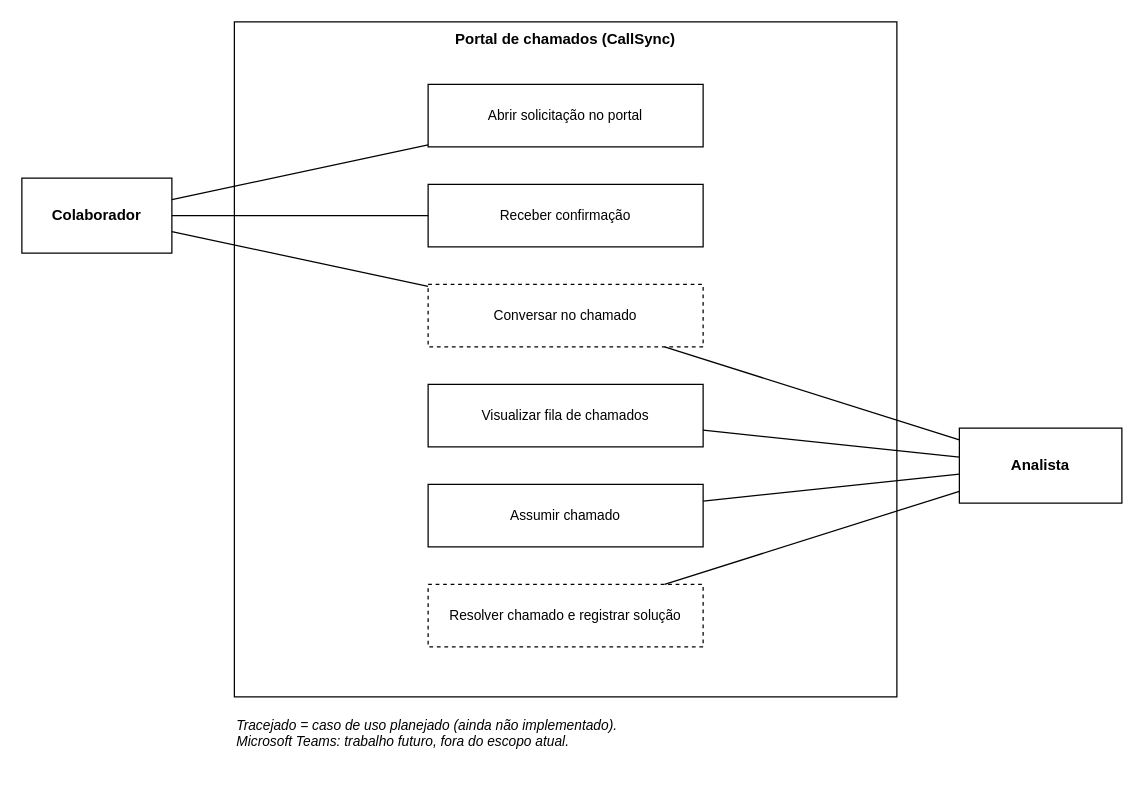
Before: page "Página-1" (1 of 2) of docs/E05/AS5 - DIAGRAMA DE CASOS DE USO.drawio in Canadensuh/HelpIA, a draw.io diagram. Source tidied: cells renumbered, new cells numbered last; positions are measured from the earlier drawing's top-left corner, leaving out a move shared by most shapes. Both pictures are drawn from the tidied source at 125%, with x=0, y=0 at pixel (21, 21).
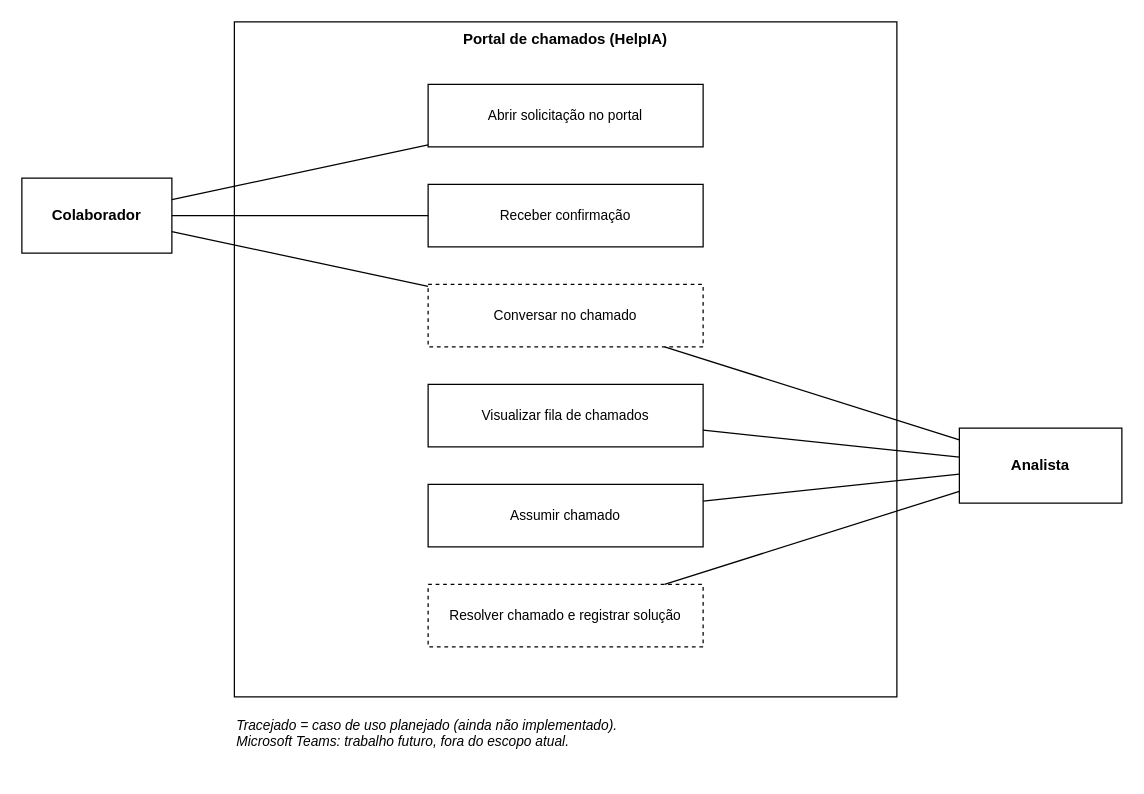
After the change.

Commit message (it also covers changes not shown here):
docs: renomeia projeto de CallSync para HelpIA em toda a documentação

The edit, as a diff of the source:
```diff
@@
 <mxGraphModel>
   <root>
     <mxCell id="0" />
     <mxCell id="1" parent="0" />
-    <mxCell id="2" value="Portal de chamados (CallSync)" style="whiteSpace=wrap;html=1;verticalAlign=top;fontStyle=1;fontSize=12;" parent="1" vertex="1">
+    <mxCell id="2" value="Portal de chamados (HelpIA)" style="whiteSpace=wrap;html=1;verticalAlign=top;fontStyle=1;fontSize=12;" parent="1" vertex="1">
       <mxGeometry x="170" width="530" height="540" as="geometry" />
     </mxCell>
     <mxCell id="3" value="Abrir solicitação no portal" style="rounded=0;whiteSpace=wrap;html=1;fontSize=11;" parent="1" vertex="1">
       <mxGeometry x="325" y="50" width="220" height="50" as="geometry" />
     </mxCell>
     <mxCell id="4" value="Receber confirmação" style="rounded=0;whiteSpace=wrap;html=1;fontSize=11;" parent="1" vertex="1">
       <mxGeometry x="325" y="130" width="220" height="50" as="geometry" />
     </mxCell>
     <mxCell id="5" value="Conversar no chamado" style="rounded=0;whiteSpace=wrap;html=1;fontSize=11;dashed=1;" parent="1" vertex="1">
       <mxGeometry x="325" y="210" width="220" height="50" as="geometry" />
     </mxCell>
     <mxCell id="6" value="Visualizar fila de chamados" style="rounded=0;whiteSpace=wrap;html=1;fontSize=11;" parent="1" vertex="1">
       <mxGeometry x="325" y="290" width="220" height="50" as="geometry" />
     </mxCell>
     <mxCell id="7" value="Assumir chamado" style="rounded=0;whiteSpace=wrap;html=1;fontSize=11;" parent="1" vertex="1">
       <mxGeometry x="325" y="370" width="220" height="50" as="geometry" />
     </mxCell>
     <mxCell id="8" value="Resolver chamado e registrar solução" style="rounded=0;whiteSpace=wrap;html=1;fontSize=11;dashed=1;" parent="1" vertex="1">
       <mxGeometry x="325" y="450" width="220" height="50" as="geometry" />
     </mxCell>
     <mxCell id="9" value="Colaborador" style="rounded=0;whiteSpace=wrap;html=1;fontStyle=1;" parent="1" vertex="1">
       <mxGeometry y="125" width="120" height="60" as="geometry" />
     </mxCell>
     <mxCell id="10" value="Analista" style="rounded=0;whiteSpace=wrap;html=1;fontStyle=1;" parent="1" vertex="1">
       <mxGeometry x="750" y="325" width="130" height="60" as="geometry" />
     </mxCell>
     <mxCell id="11" style="endArrow=none;html=1;rounded=0;" parent="1" edge="1" source="9" target="3">
       <mxGeometry relative="1" as="geometry" />
     </mxCell>
     <mxCell id="12" style="endArrow=none;html=1;rounded=0;" parent="1" edge="1" source="9" target="4">
       <mxGeometry relative="1" as="geometry" />
     </mxCell>
     <mxCell id="13" style="endArrow=none;html=1;rounded=0;" parent="1" edge="1" source="9" target="5">
       <mxGeometry relative="1" as="geometry" />
     </mxCell>
     <mxCell id="14" style="endArrow=none;html=1;rounded=0;" parent="1" edge="1" source="10" target="5">
       <mxGeometry relative="1" as="geometry" />
     </mxCell>
     <mxCell id="15" style="endArrow=none;html=1;rounded=0;" parent="1" edge="1" source="10" target="6">
       <mxGeometry relative="1" as="geometry" />
     </mxCell>
     <mxCell id="16" style="endArrow=none;html=1;rounded=0;" parent="1" edge="1" source="10" target="7">
       <mxGeometry relative="1" as="geometry" />
     </mxCell>
     <mxCell id="17" style="endArrow=none;html=1;rounded=0;" parent="1" edge="1" source="10" target="8">
       <mxGeometry relative="1" as="geometry" />
     </mxCell>
     <mxCell id="18" value="Tracejado = caso de uso planejado (ainda não implementado).&lt;br&gt;Microsoft Teams: trabalho futuro, fora do escopo atual." style="text;html=1;whiteSpace=wrap;align=left;verticalAlign=top;fontSize=11;fontStyle=2;" parent="1" vertex="1">
       <mxGeometry x="170" y="550" width="530" height="50" as="geometry" />
     </mxCell>
   </root>
 </mxGraphModel>
```
